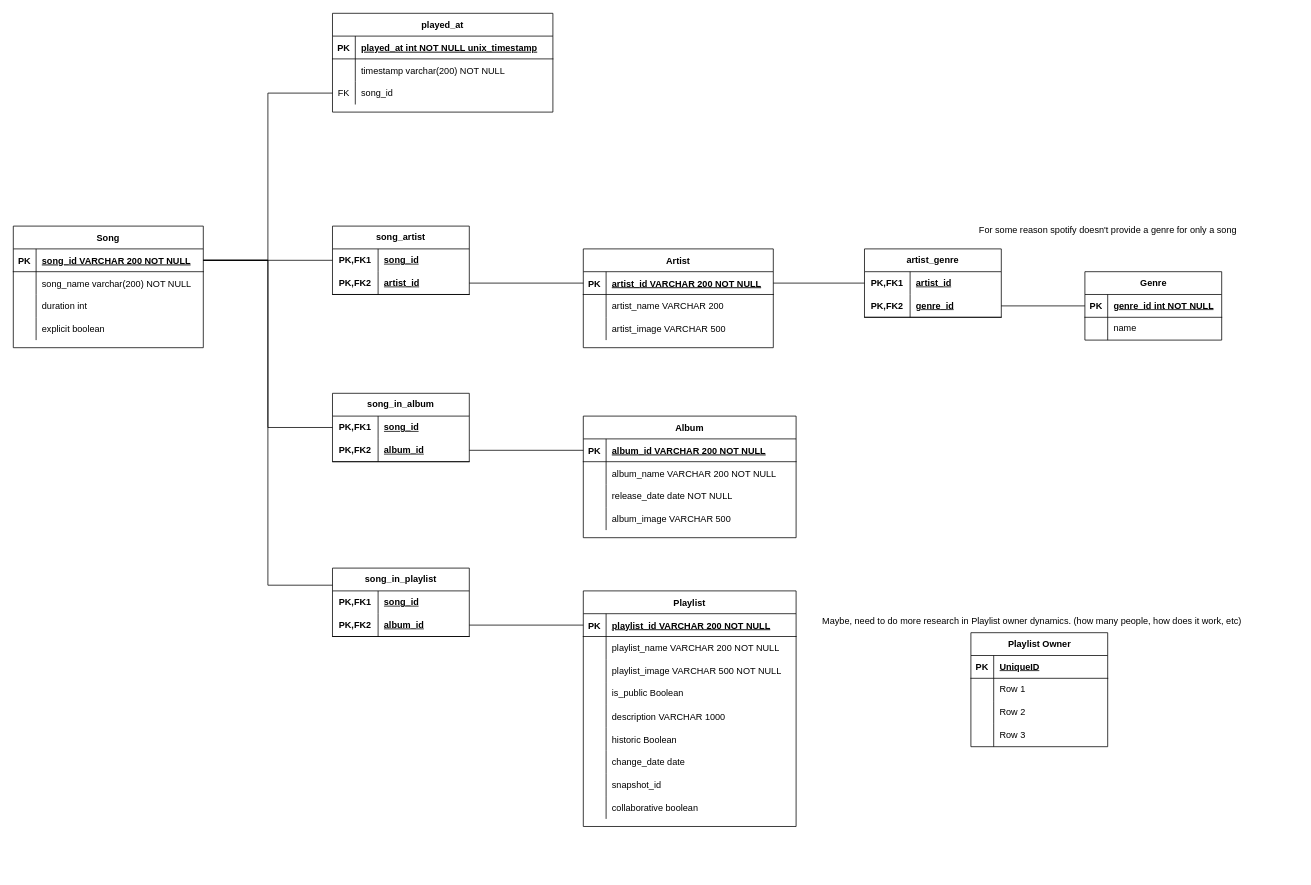
Earlier version of the draw.io diagram er_model_extended_db.drawio (Dat4ba5e/spotify-listening-history). Source tidied: cells renumbered, new cells numbered last; positions are measured from the earlier drawing's top-left corner, leaving out a move shared by most shapes. Both pictures are drawn from the tidied source at 76%, with x=0, y=0 at pixel (13, 13).
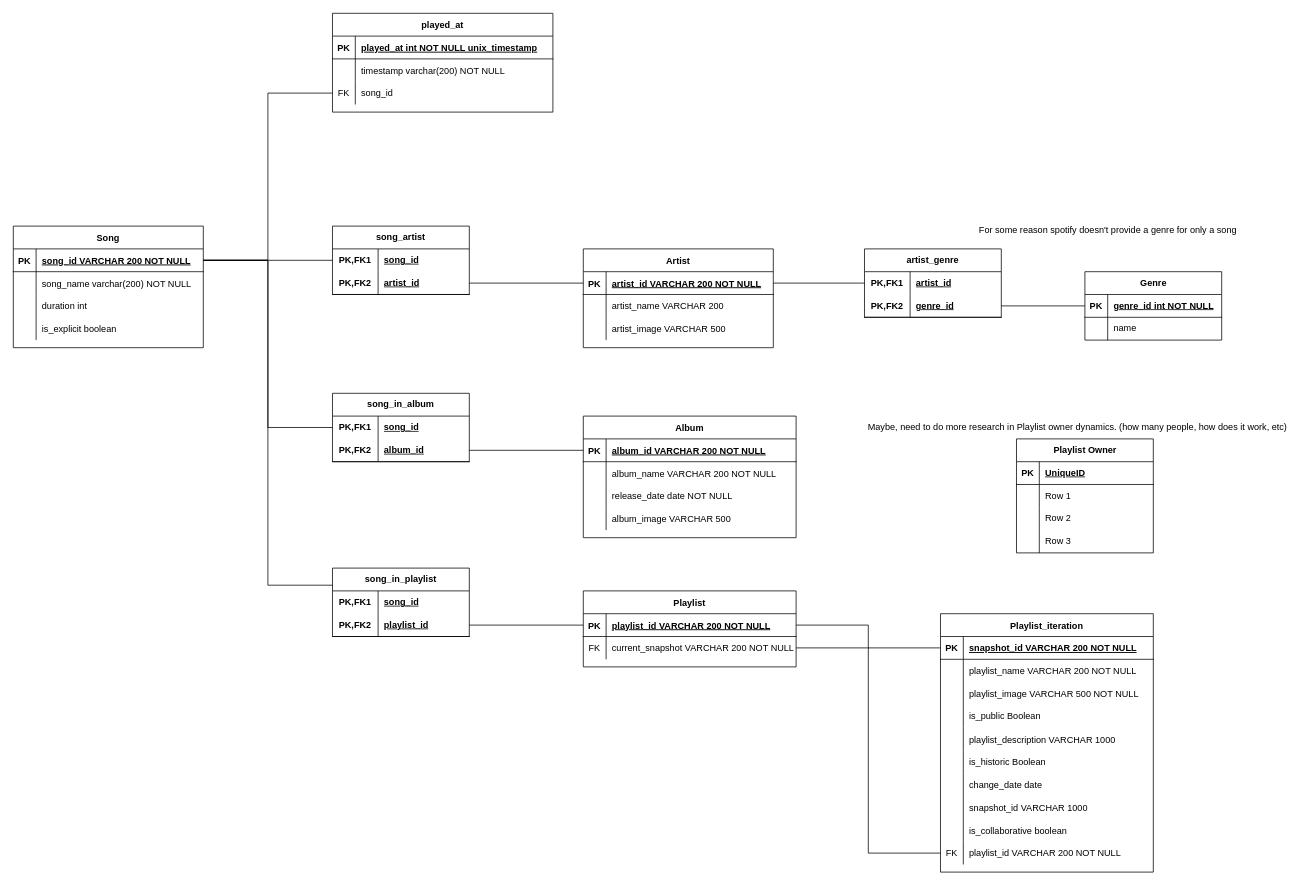
Above is the later version.

Unchanged cells that the change refers to:
```xml
<mxCell id="35" style="shape=tableRow;horizontal=0;startSize=0;swimlaneHead=0;swimlaneBody=0;fillColor=none;top=0;left=0;right=0;bottom=0;" parent="25" vertex="1">
  <mxGeometry y="120" width="250" height="30" as="geometry" />
</mxCell>
<mxCell id="67" style="shape=partialRectangle;fillColor=none;points=[[0,0.5],[1,0.5]];portConstraint=eastwest;top=0;left=0;right=0;bottom=1;" parent="66" vertex="1">
  <mxGeometry y="30" width="280" height="30" as="geometry" />
</mxCell>
<mxCell id="98" style="shape=tableRow;horizontal=0;startSize=0;swimlaneHead=0;swimlaneBody=0;fillColor=none;points=[[0,0.5],[1,0.5]];portConstraint=eastwest;top=0;left=0;right=0;bottom=1;html=1;" parent="94" vertex="1">
  <mxGeometry y="60" width="180" height="30" as="geometry" />
</mxCell>
```

Diff of the diagram source:
```diff
@@
-    <mxCell id="37" value="explicit boolean" style="shape=partialRectangle;fillColor=none;top=0;left=0;bottom=0;right=0;align=left;spacingLeft=6;overflow=hidden;" parent="35" vertex="1">
+    <mxCell id="37" value="is_explicit boolean" style="shape=partialRectangle;fillColor=none;top=0;left=0;bottom=0;right=0;align=left;spacingLeft=6;overflow=hidden;" parent="35" vertex="1">
       <mxGeometry x="30" width="220" height="30" as="geometry" />
     </mxCell>
@@
     <mxCell id="66" value="Playlist" style="shape=table;startSize=30;childLayout=tableLayout;rowLines=0;fontStyle=1;align=center;" parent="1" vertex="1">
-      <mxGeometry x="750" y="760" width="280" height="310" as="geometry" />
+      <mxGeometry x="750" y="760" width="280" height="100" as="geometry" />
     </mxCell>
@@
-    <mxCell id="70" style="shape=partialRectangle;fillColor=none;top=0;left=0;right=0;bottom=0;" parent="66" vertex="1">
-      <mxGeometry y="60" width="280" height="30" as="geometry" />
-    </mxCell>
-    <mxCell id="71" style="shape=partialRectangle;overflow=hidden;fillColor=none;top=0;left=0;bottom=0;right=0;" parent="70" vertex="1">
-      <mxGeometry width="30" height="30" as="geometry" />
-    </mxCell>
-    <mxCell id="72" value="playlist_name VARCHAR 200 NOT NULL" style="shape=partialRectangle;overflow=hidden;fillColor=none;top=0;left=0;bottom=0;right=0;align=left;spacingLeft=6;" parent="70" vertex="1">
-      <mxGeometry x="30" width="250" height="30" as="geometry" />
-    </mxCell>
-    <mxCell id="73" style="shape=partialRectangle;fillColor=none;top=0;left=0;right=0;bottom=0;" parent="66" vertex="1">
-      <mxGeometry y="90" width="280" height="30" as="geometry" />
-    </mxCell>
-    <mxCell id="74" style="shape=partialRectangle;overflow=hidden;fillColor=none;top=0;left=0;bottom=0;right=0;" parent="73" vertex="1">
-      <mxGeometry width="30" height="30" as="geometry" />
-    </mxCell>
-    <mxCell id="75" value="playlist_image VARCHAR 500 NOT NULL" style="shape=partialRectangle;overflow=hidden;fillColor=none;top=0;left=0;bottom=0;right=0;align=left;spacingLeft=6;" parent="73" vertex="1">
-      <mxGeometry x="30" width="250" height="30" as="geometry" />
-    </mxCell>
-    <mxCell id="76" style="shape=tableRow;horizontal=0;startSize=0;swimlaneHead=0;swimlaneBody=0;fillColor=none;top=0;left=0;right=0;bottom=0;" parent="66" vertex="1">
-      <mxGeometry y="120" width="280" height="30" as="geometry" />
-    </mxCell>
-    <mxCell id="77" style="shape=partialRectangle;fillColor=none;top=0;left=0;bottom=0;right=0;fontStyle=0;overflow=hidden;whiteSpace=wrap;html=1;" parent="76" vertex="1">
-      <mxGeometry width="30" height="30" as="geometry" />
-    </mxCell>
-    <mxCell id="78" value="is_public Boolean" style="shape=partialRectangle;fillColor=none;top=0;left=0;bottom=0;right=0;align=left;spacingLeft=6;fontStyle=0;overflow=hidden;whiteSpace=wrap;html=1;" parent="76" vertex="1">
-      <mxGeometry x="30" width="250" height="30" as="geometry" />
-    </mxCell>
-    <mxCell id="79" style="shape=tableRow;horizontal=0;startSize=0;swimlaneHead=0;swimlaneBody=0;fillColor=none;top=0;left=0;right=0;bottom=0;" parent="66" vertex="1">
-      <mxGeometry y="150" width="280" height="30" as="geometry" />
-    </mxCell>
-    <mxCell id="80" style="shape=partialRectangle;fillColor=none;top=0;left=0;bottom=0;right=0;overflow=hidden;" parent="79" vertex="1">
-      <mxGeometry width="30" height="30" as="geometry" />
-    </mxCell>
-    <mxCell id="81" value="description VARCHAR 1000" style="shape=partialRectangle;fillColor=none;top=0;left=0;bottom=0;right=0;align=left;spacingLeft=6;overflow=hidden;" parent="79" vertex="1">
-      <mxGeometry x="30" width="250" height="30" as="geometry" />
-    </mxCell>
-    <mxCell id="82" style="shape=tableRow;horizontal=0;startSize=0;swimlaneHead=0;swimlaneBody=0;fillColor=none;top=0;left=0;right=0;bottom=0;" parent="66" vertex="1">
-      <mxGeometry y="180" width="280" height="30" as="geometry" />
-    </mxCell>
-    <mxCell id="83" style="shape=partialRectangle;fillColor=none;top=0;left=0;bottom=0;right=0;overflow=hidden;" parent="82" vertex="1">
-      <mxGeometry width="30" height="30" as="geometry" />
-    </mxCell>
-    <mxCell id="84" value="historic Boolean" style="shape=partialRectangle;fillColor=none;top=0;left=0;bottom=0;right=0;align=left;spacingLeft=6;overflow=hidden;" parent="82" vertex="1">
-      <mxGeometry x="30" width="250" height="30" as="geometry" />
-    </mxCell>
-    <mxCell id="85" style="shape=tableRow;horizontal=0;startSize=0;swimlaneHead=0;swimlaneBody=0;fillColor=none;top=0;left=0;right=0;bottom=0;" parent="66" vertex="1">
-      <mxGeometry y="210" width="280" height="30" as="geometry" />
-    </mxCell>
-    <mxCell id="86" style="shape=partialRectangle;fillColor=none;top=0;left=0;bottom=0;right=0;overflow=hidden;" parent="85" vertex="1">
-      <mxGeometry width="30" height="30" as="geometry" />
-    </mxCell>
-    <mxCell id="87" value="change_date date" style="shape=partialRectangle;fillColor=none;top=0;left=0;bottom=0;right=0;align=left;spacingLeft=6;overflow=hidden;" parent="85" vertex="1">
-      <mxGeometry x="30" width="250" height="30" as="geometry" />
-    </mxCell>
-    <mxCell id="88" style="shape=tableRow;horizontal=0;startSize=0;swimlaneHead=0;swimlaneBody=0;fillColor=none;top=0;left=0;right=0;bottom=0;" parent="66" vertex="1">
-      <mxGeometry y="240" width="280" height="30" as="geometry" />
-    </mxCell>
-    <mxCell id="89" style="shape=partialRectangle;fillColor=none;top=0;left=0;bottom=0;right=0;overflow=hidden;" parent="88" vertex="1">
-      <mxGeometry width="30" height="30" as="geometry" />
-    </mxCell>
-    <mxCell id="90" value="snapshot_id" style="shape=partialRectangle;fillColor=none;top=0;left=0;bottom=0;right=0;align=left;spacingLeft=6;overflow=hidden;" parent="88" vertex="1">
-      <mxGeometry x="30" width="250" height="30" as="geometry" />
-    </mxCell>
-    <mxCell id="91" style="shape=tableRow;horizontal=0;startSize=0;swimlaneHead=0;swimlaneBody=0;fillColor=none;top=0;left=0;right=0;bottom=0;" parent="66" vertex="1">
-      <mxGeometry y="270" width="280" height="30" as="geometry" />
-    </mxCell>
-    <mxCell id="92" style="shape=partialRectangle;fillColor=none;top=0;left=0;bottom=0;right=0;overflow=hidden;" parent="91" vertex="1">
-      <mxGeometry width="30" height="30" as="geometry" />
-    </mxCell>
-    <mxCell id="93" value="collaborative boolean" style="shape=partialRectangle;fillColor=none;top=0;left=0;bottom=0;right=0;align=left;spacingLeft=6;overflow=hidden;" parent="91" vertex="1">
-      <mxGeometry x="30" width="250" height="30" as="geometry" />
-    </mxCell>
+    <mxCell id="135" style="shape=tableRow;horizontal=0;startSize=0;swimlaneHead=0;swimlaneBody=0;fillColor=none;points=[[0,0.5],[1,0.5]];portConstraint=eastwest;top=0;left=0;right=0;bottom=0;" parent="66" vertex="1">
+      <mxGeometry y="60" width="280" height="30" as="geometry" />
+    </mxCell>
+    <mxCell id="136" value="FK" style="shape=partialRectangle;fillColor=none;top=0;left=0;bottom=0;right=0;fontStyle=0;overflow=hidden;whiteSpace=wrap;html=1;" parent="135" vertex="1">
+      <mxGeometry width="30" height="30" as="geometry" />
+    </mxCell>
+    <mxCell id="137" value="current_snapshot VARCHAR 200 NOT NULL" style="shape=partialRectangle;fillColor=none;top=0;left=0;bottom=0;right=0;align=left;spacingLeft=6;fontStyle=0;overflow=hidden;whiteSpace=wrap;html=1;" parent="135" vertex="1">
+      <mxGeometry x="30" width="250" height="30" as="geometry" />
+    </mxCell>
@@
-    <mxCell id="100" value="album_id" style="shape=partialRectangle;fillColor=none;top=0;left=0;bottom=0;right=0;align=left;spacingLeft=6;fontStyle=5;overflow=hidden;html=1;whiteSpace=wrap;" parent="98" vertex="1">
+    <mxCell id="100" value="playlist_id" style="shape=partialRectangle;fillColor=none;top=0;left=0;bottom=0;right=0;align=left;spacingLeft=6;fontStyle=5;overflow=hidden;html=1;whiteSpace=wrap;" parent="98" vertex="1">
       <mxGeometry x="60" width="120" height="30" as="geometry" />
     </mxCell>
@@
     <mxCell id="121" value="Playlist Owner" style="shape=table;startSize=30;childLayout=tableLayout;rowLines=0;fontStyle=1;align=center;html=1;" parent="1" vertex="1">
-      <mxGeometry x="1260" y="815" width="180" height="150" as="geometry" />
+      <mxGeometry x="1320" y="560" width="180" height="150" as="geometry" />
     </mxCell>
@@
     <mxCell id="134" value="Maybe, need to do more research in Playlist owner dynamics. (how many people, how does it work, etc)" style="text;html=1;align=center;verticalAlign=middle;strokeColor=none;fillColor=none;" parent="1" vertex="1">
-      <mxGeometry x="1050" y="785" width="580" height="30" as="geometry" />
+      <mxGeometry x="1110" y="530" width="580" height="30" as="geometry" />
     </mxCell>
+    <mxCell id="138" value="Playlist_iteration" style="shape=table;startSize=30;childLayout=tableLayout;rowLines=0;fontStyle=1;align=center;" parent="1" vertex="1">
+      <mxGeometry x="1220" y="790" width="280" height="340" as="geometry" />
+    </mxCell>
+    <mxCell id="139" style="shape=partialRectangle;fillColor=none;points=[[0,0.5],[1,0.5]];portConstraint=eastwest;top=0;left=0;right=0;bottom=1;" parent="138" vertex="1">
+      <mxGeometry y="30" width="280" height="30" as="geometry" />
+    </mxCell>
+    <mxCell id="140" value="PK" style="shape=partialRectangle;overflow=hidden;fillColor=none;top=0;left=0;bottom=0;right=0;fontStyle=1;" parent="139" vertex="1">
+      <mxGeometry width="30" height="30" as="geometry" />
+    </mxCell>
+    <mxCell id="141" value="snapshot_id VARCHAR 200 NOT NULL " style="shape=partialRectangle;overflow=hidden;fillColor=none;top=0;left=0;bottom=0;right=0;align=left;spacingLeft=6;fontStyle=5;" parent="139" vertex="1">
+      <mxGeometry x="30" width="250" height="30" as="geometry" />
+    </mxCell>
+    <mxCell id="70" style="shape=partialRectangle;fillColor=none;top=0;left=0;right=0;bottom=0;" parent="138" vertex="1">
+      <mxGeometry y="60" width="280" height="30" as="geometry" />
+    </mxCell>
+    <mxCell id="142" style="shape=partialRectangle;overflow=hidden;fillColor=none;top=0;left=0;bottom=0;right=0;" parent="70" vertex="1">
+      <mxGeometry width="30" height="30" as="geometry" />
+    </mxCell>
+    <mxCell id="72" value="playlist_name VARCHAR 200 NOT NULL" style="shape=partialRectangle;overflow=hidden;fillColor=none;top=0;left=0;bottom=0;right=0;align=left;spacingLeft=6;" parent="70" vertex="1">
+      <mxGeometry x="30" width="250" height="30" as="geometry" />
+    </mxCell>
+    <mxCell id="73" style="shape=partialRectangle;fillColor=none;top=0;left=0;right=0;bottom=0;" parent="138" vertex="1">
+      <mxGeometry y="90" width="280" height="30" as="geometry" />
+    </mxCell>
+    <mxCell id="143" style="shape=partialRectangle;overflow=hidden;fillColor=none;top=0;left=0;bottom=0;right=0;" parent="73" vertex="1">
+      <mxGeometry width="30" height="30" as="geometry" />
+    </mxCell>
+    <mxCell id="75" value="playlist_image VARCHAR 500 NOT NULL" style="shape=partialRectangle;overflow=hidden;fillColor=none;top=0;left=0;bottom=0;right=0;align=left;spacingLeft=6;" parent="73" vertex="1">
+      <mxGeometry x="30" width="250" height="30" as="geometry" />
+    </mxCell>
+    <mxCell id="76" style="shape=tableRow;horizontal=0;startSize=0;swimlaneHead=0;swimlaneBody=0;fillColor=none;top=0;left=0;right=0;bottom=0;" parent="138" vertex="1">
+      <mxGeometry y="120" width="280" height="30" as="geometry" />
+    </mxCell>
+    <mxCell id="77" style="shape=partialRectangle;fillColor=none;top=0;left=0;bottom=0;right=0;fontStyle=0;overflow=hidden;whiteSpace=wrap;html=1;" parent="76" vertex="1">
+      <mxGeometry width="30" height="30" as="geometry" />
+    </mxCell>
+    <mxCell id="78" value="is_public Boolean" style="shape=partialRectangle;fillColor=none;top=0;left=0;bottom=0;right=0;align=left;spacingLeft=6;fontStyle=0;overflow=hidden;whiteSpace=wrap;html=1;" parent="76" vertex="1">
+      <mxGeometry x="30" width="250" height="30" as="geometry" />
+    </mxCell>
+    <mxCell id="79" style="shape=tableRow;horizontal=0;startSize=0;swimlaneHead=0;swimlaneBody=0;fillColor=none;top=0;left=0;right=0;bottom=0;" parent="138" vertex="1">
+      <mxGeometry y="150" width="280" height="30" as="geometry" />
+    </mxCell>
+    <mxCell id="144" style="shape=partialRectangle;fillColor=none;top=0;left=0;bottom=0;right=0;overflow=hidden;" parent="79" vertex="1">
+      <mxGeometry width="30" height="30" as="geometry" />
+    </mxCell>
+    <mxCell id="145" value="playlist_description VARCHAR 1000" style="shape=partialRectangle;fillColor=none;top=0;left=0;bottom=0;right=0;align=left;spacingLeft=6;overflow=hidden;" parent="79" vertex="1">
+      <mxGeometry x="30" width="250" height="30" as="geometry" />
+    </mxCell>
+    <mxCell id="82" style="shape=tableRow;horizontal=0;startSize=0;swimlaneHead=0;swimlaneBody=0;fillColor=none;top=0;left=0;right=0;bottom=0;" parent="138" vertex="1">
+      <mxGeometry y="180" width="280" height="30" as="geometry" />
+    </mxCell>
+    <mxCell id="146" style="shape=partialRectangle;fillColor=none;top=0;left=0;bottom=0;right=0;overflow=hidden;" parent="82" vertex="1">
+      <mxGeometry width="30" height="30" as="geometry" />
+    </mxCell>
+    <mxCell id="147" value="is_historic Boolean" style="shape=partialRectangle;fillColor=none;top=0;left=0;bottom=0;right=0;align=left;spacingLeft=6;overflow=hidden;" parent="82" vertex="1">
+      <mxGeometry x="30" width="250" height="30" as="geometry" />
+    </mxCell>
+    <mxCell id="85" style="shape=tableRow;horizontal=0;startSize=0;swimlaneHead=0;swimlaneBody=0;fillColor=none;top=0;left=0;right=0;bottom=0;" parent="138" vertex="1">
+      <mxGeometry y="210" width="280" height="30" as="geometry" />
+    </mxCell>
+    <mxCell id="148" style="shape=partialRectangle;fillColor=none;top=0;left=0;bottom=0;right=0;overflow=hidden;" parent="85" vertex="1">
+      <mxGeometry width="30" height="30" as="geometry" />
+    </mxCell>
+    <mxCell id="87" value="change_date date" style="shape=partialRectangle;fillColor=none;top=0;left=0;bottom=0;right=0;align=left;spacingLeft=6;overflow=hidden;" parent="85" vertex="1">
+      <mxGeometry x="30" width="250" height="30" as="geometry" />
+    </mxCell>
+    <mxCell id="88" style="shape=tableRow;horizontal=0;startSize=0;swimlaneHead=0;swimlaneBody=0;fillColor=none;top=0;left=0;right=0;bottom=0;" parent="138" vertex="1">
+      <mxGeometry y="240" width="280" height="30" as="geometry" />
+    </mxCell>
+    <mxCell id="149" style="shape=partialRectangle;fillColor=none;top=0;left=0;bottom=0;right=0;overflow=hidden;" parent="88" vertex="1">
+      <mxGeometry width="30" height="30" as="geometry" />
+    </mxCell>
+    <mxCell id="150" value="snapshot_id VARCHAR 1000" style="shape=partialRectangle;fillColor=none;top=0;left=0;bottom=0;right=0;align=left;spacingLeft=6;overflow=hidden;" parent="88" vertex="1">
+      <mxGeometry x="30" width="250" height="30" as="geometry" />
+    </mxCell>
+    <mxCell id="91" style="shape=tableRow;horizontal=0;startSize=0;swimlaneHead=0;swimlaneBody=0;fillColor=none;top=0;left=0;right=0;bottom=0;" parent="138" vertex="1">
+      <mxGeometry y="270" width="280" height="30" as="geometry" />
+    </mxCell>
+    <mxCell id="151" style="shape=partialRectangle;fillColor=none;top=0;left=0;bottom=0;right=0;overflow=hidden;" parent="91" vertex="1">
+      <mxGeometry width="30" height="30" as="geometry" />
+    </mxCell>
+    <mxCell id="152" value="is_collaborative boolean" style="shape=partialRectangle;fillColor=none;top=0;left=0;bottom=0;right=0;align=left;spacingLeft=6;overflow=hidden;" parent="91" vertex="1">
+      <mxGeometry x="30" width="250" height="30" as="geometry" />
+    </mxCell>
+    <mxCell id="153" style="shape=tableRow;horizontal=0;startSize=0;swimlaneHead=0;swimlaneBody=0;fillColor=none;points=[[0,0.5],[1,0.5]];portConstraint=eastwest;top=0;left=0;right=0;bottom=0;" parent="138" vertex="1">
+      <mxGeometry y="300" width="280" height="30" as="geometry" />
+    </mxCell>
+    <mxCell id="154" value="FK" style="shape=partialRectangle;fillColor=none;top=0;left=0;bottom=0;right=0;fontStyle=0;overflow=hidden;whiteSpace=wrap;html=1;" parent="153" vertex="1">
+      <mxGeometry width="30" height="30" as="geometry" />
+    </mxCell>
+    <mxCell id="155" value="playlist_id VARCHAR 200 NOT NULL" style="shape=partialRectangle;fillColor=none;top=0;left=0;bottom=0;right=0;align=left;spacingLeft=6;fontStyle=0;overflow=hidden;whiteSpace=wrap;html=1;" parent="153" vertex="1">
+      <mxGeometry x="30" width="250" height="30" as="geometry" />
+    </mxCell>
+    <mxCell id="156" style="edgeStyle=orthogonalEdgeStyle;rounded=0;jettySize=auto;html=1;entryX=0;entryY=0.5;entryDx=0;entryDy=0;endArrow=none;endFill=0;" parent="1" edge="1" source="135" target="139">
+      <mxGeometry relative="1" as="geometry" />
+    </mxCell>
+    <mxCell id="157" style="edgeStyle=orthogonalEdgeStyle;rounded=0;jettySize=auto;html=1;entryX=1;entryY=0.5;entryDx=0;entryDy=0;endArrow=none;endFill=0;" parent="1" edge="1" source="153" target="67">
+      <mxGeometry relative="1" as="geometry" />
+    </mxCell>
```
